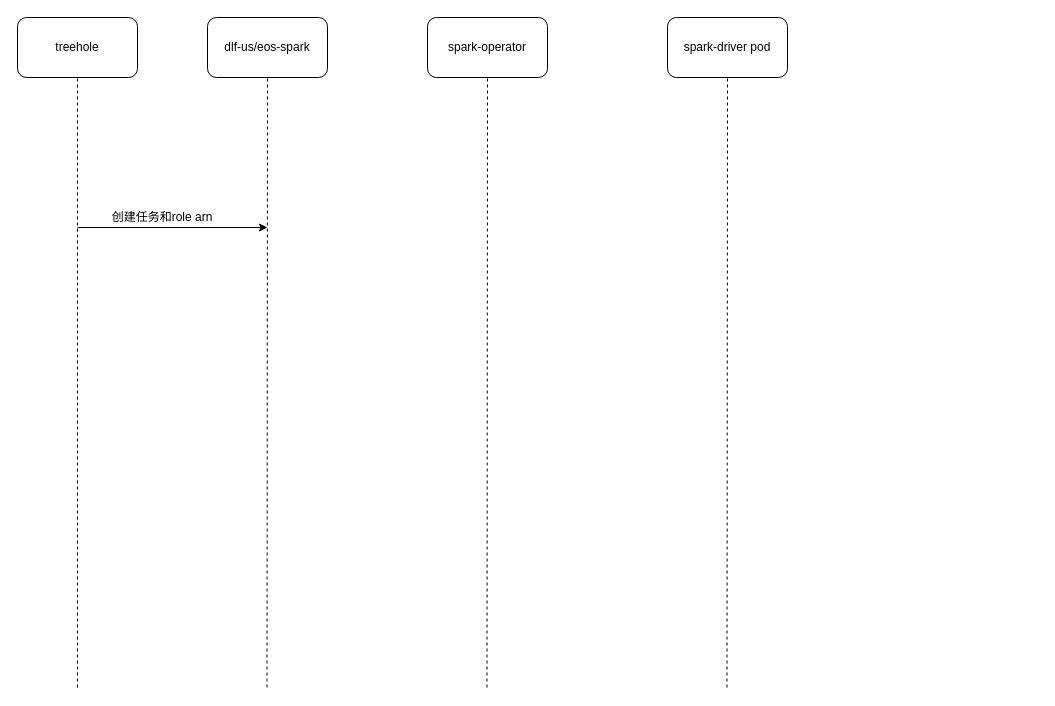
The draw.io diagram k8s-spark多角色设计.drawio in yuhuali1989/ui, before the edit. Source tidied: cells renumbered, new cells numbered last; positions are measured from the earlier drawing's top-left corner, leaving out a move shared by most shapes. Both pictures are drawn from the tidied source at 100%, with x=0, y=0 at pixel (17, 17).
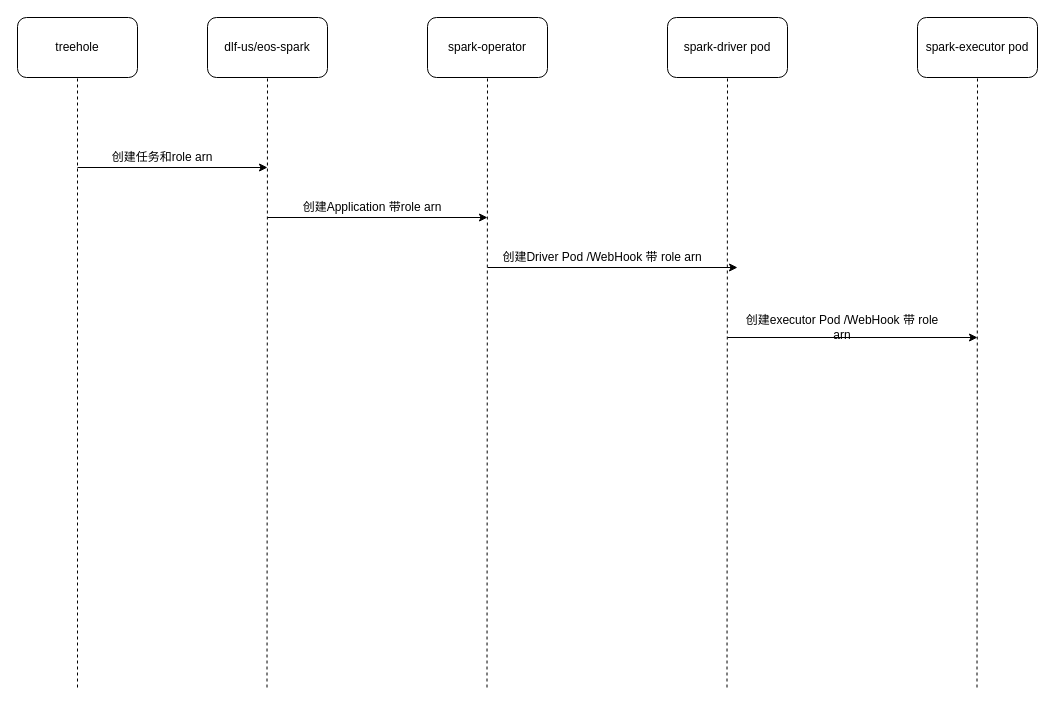
Above is the later version.

Commit message (it also covers changes not shown here):
Update k8s-spark多角色设计.drawio

The edit, as a diff of the source:
```diff
@@
     <mxCell id="10" style="endArrow=classic;html=1;" parent="1" edge="1">
       <mxGeometry relative="1" as="geometry">
-        <mxPoint x="60" y="210" as="sourcePoint" />
-        <mxPoint x="250" y="210" as="targetPoint" />
+        <mxPoint x="60" y="150" as="sourcePoint" />
+        <mxPoint x="250" y="150" as="targetPoint" />
       </mxGeometry>
     </mxCell>
     <mxCell id="11" value="创建任务和role arn" style="text;html=1;strokeColor=none;fillColor=none;align=center;verticalAlign=middle;whiteSpace=wrap;rounded=0;" parent="1" vertex="1">
-      <mxGeometry x="90" y="190" width="110" height="20" as="geometry" />
+      <mxGeometry x="90" y="130" width="110" height="20" as="geometry" />
     </mxCell>
+    <mxCell id="12" style="endArrow=classic;html=1;" parent="1" edge="1">
+      <mxGeometry relative="1" as="geometry">
+        <mxPoint x="250" y="200" as="sourcePoint" />
+        <mxPoint x="470" y="200" as="targetPoint" />
+      </mxGeometry>
+    </mxCell>
+    <mxCell id="13" value="创建Application 带role arn" style="text;html=1;strokeColor=none;fillColor=none;align=center;verticalAlign=middle;whiteSpace=wrap;rounded=0;" parent="1" vertex="1">
+      <mxGeometry x="280" y="180" width="150" height="20" as="geometry" />
+    </mxCell>
+    <mxCell id="14" style="endArrow=classic;html=1;" parent="1" edge="1">
+      <mxGeometry relative="1" as="geometry">
+        <mxPoint x="470" y="250" as="sourcePoint" />
+        <mxPoint x="720" y="250" as="targetPoint" />
+      </mxGeometry>
+    </mxCell>
+    <mxCell id="15" value="创建Driver Pod /WebHook 带 role arn" style="text;html=1;strokeColor=none;fillColor=none;align=center;verticalAlign=middle;whiteSpace=wrap;rounded=0;" parent="1" vertex="1">
+      <mxGeometry x="480" y="230" width="210" height="20" as="geometry" />
+    </mxCell>
+    <mxCell id="16" value="spark-executor pod" style="rounded=1;whiteSpace=wrap;html=1;" parent="1" vertex="1">
+      <mxGeometry x="900" width="120" height="60" as="geometry" />
+    </mxCell>
+    <mxCell id="17" style="endArrow=none;dashed=1;html=1;entryX=0.5;entryY=1;entryDx=0;entryDy=0;" parent="1" edge="1" target="16">
+      <mxGeometry relative="1" as="geometry">
+        <mxPoint x="959.5" y="670" as="sourcePoint" />
+      </mxGeometry>
+    </mxCell>
+    <mxCell id="18" style="endArrow=classic;html=1;" parent="1" edge="1">
+      <mxGeometry relative="1" as="geometry">
+        <mxPoint x="710" y="320" as="sourcePoint" />
+        <mxPoint x="960" y="320" as="targetPoint" />
+      </mxGeometry>
+    </mxCell>
+    <mxCell id="19" value="创建executor Pod /WebHook 带 role arn" style="text;html=1;strokeColor=none;fillColor=none;align=center;verticalAlign=middle;whiteSpace=wrap;rounded=0;" parent="1" vertex="1">
+      <mxGeometry x="720" y="300" width="210" height="20" as="geometry" />
+    </mxCell>
```
